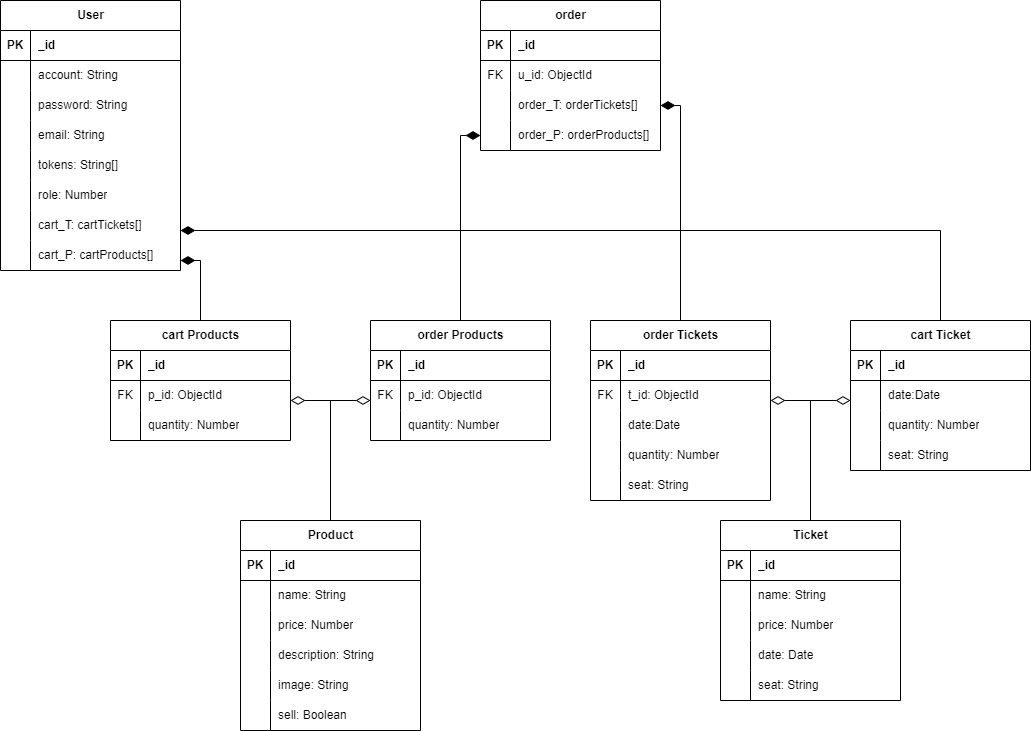
This is 形象網站專題/database.drawio.png from Inori0107/Muller-, a draw.io export, as it was before one commit. Source tidied: cells renumbered, new cells last; positions are measured from the earlier drawing's top-left corner, leaving out a move shared by most shapes.
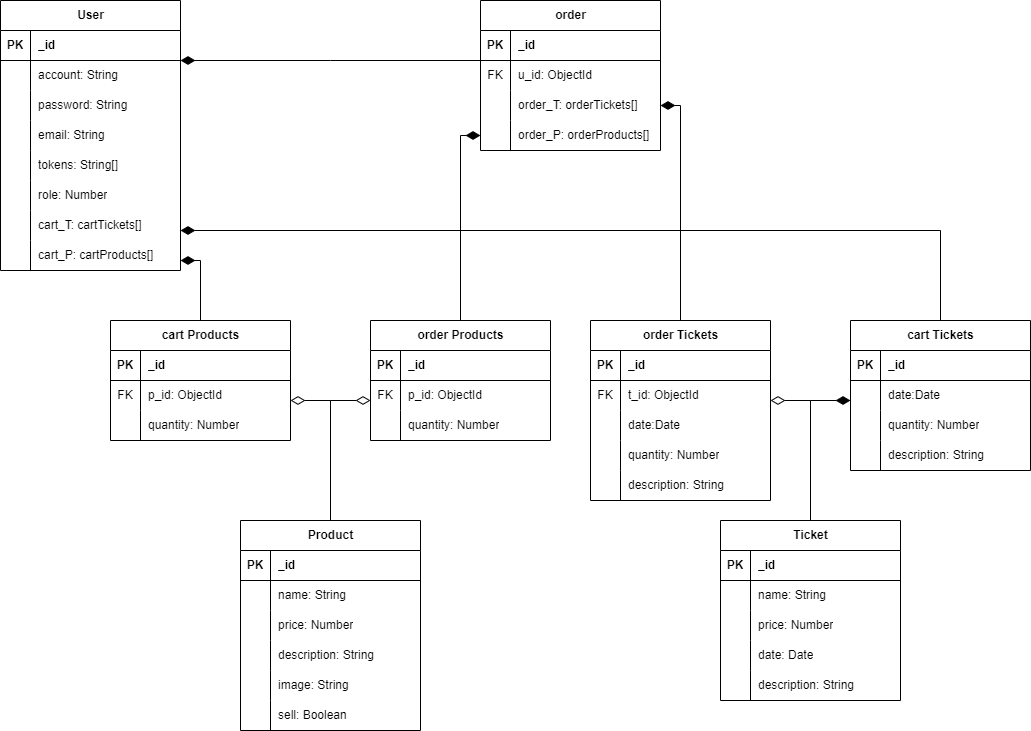
Later version of the same file.

What changed in the source:
```diff
@@ -303,10 +303,10 @@
     <mxCell id="97" style="shape=partialRectangle;fillColor=none;top=0;left=0;bottom=0;right=0;overflow=hidden;whiteSpace=wrap;html=1;" parent="96" vertex="1">
       <mxGeometry width="30" height="30" as="geometry" />
     </mxCell>
-    <mxCell id="98" value="seat: String" style="shape=partialRectangle;fillColor=none;top=0;left=0;bottom=0;right=0;align=left;spacingLeft=6;overflow=hidden;whiteSpace=wrap;html=1;" parent="96" vertex="1">
+    <mxCell id="98" value="description: String" style="shape=partialRectangle;fillColor=none;top=0;left=0;bottom=0;right=0;align=left;spacingLeft=6;overflow=hidden;whiteSpace=wrap;html=1;" parent="96" vertex="1">
       <mxGeometry x="30" width="150" height="30" as="geometry" />
     </mxCell>
-    <mxCell id="99" value="cart Ticket" style="shape=table;startSize=30;rowLines=0;fontStyle=1;align=center;html=1;" parent="1" vertex="1">
+    <mxCell id="99" value="cart Tickets" style="shape=table;startSize=30;rowLines=0;fontStyle=1;align=center;html=1;" parent="1" vertex="1">
       <mxGeometry x="850" y="320" width="180" height="150" as="geometry" />
     </mxCell>
     <mxCell id="100" style="shape=tableRow;horizontal=0;startSize=0;swimlaneHead=0;swimlaneBody=0;fillColor=none;top=0;left=0;right=0;bottom=1;" parent="99" vertex="1">
@@ -342,7 +342,7 @@
     <mxCell id="110" style="shape=partialRectangle;fillColor=none;top=0;left=0;bottom=0;right=0;overflow=hidden;whiteSpace=wrap;html=1;" parent="109" vertex="1">
       <mxGeometry width="30" height="30" as="geometry" />
     </mxCell>
-    <mxCell id="111" value="seat: String" style="shape=partialRectangle;fillColor=none;top=0;left=0;bottom=0;right=0;align=left;spacingLeft=6;overflow=hidden;whiteSpace=wrap;html=1;" parent="109" vertex="1">
+    <mxCell id="111" value="description: String" style="shape=partialRectangle;fillColor=none;top=0;left=0;bottom=0;right=0;align=left;spacingLeft=6;overflow=hidden;whiteSpace=wrap;html=1;" parent="109" vertex="1">
       <mxGeometry x="30" width="150" height="30" as="geometry" />
     </mxCell>
     <mxCell id="112" style="edgeStyle=orthogonalEdgeStyle;rounded=0;jettySize=auto;html=1;entryX=0.5;entryY=0;entryDx=0;entryDy=0;endArrow=none;endFill=0;startArrow=diamondThin;startFill=1;startSize=12;" parent="1" edge="1" target="99">
@@ -393,7 +393,7 @@
     <mxCell id="127" style="shape=partialRectangle;fillColor=none;top=0;left=0;bottom=0;right=0;overflow=hidden;whiteSpace=wrap;html=1;" parent="126" vertex="1">
       <mxGeometry width="30" height="30" as="geometry" />
     </mxCell>
-    <mxCell id="128" value="seat: String" style="shape=partialRectangle;fillColor=none;top=0;left=0;bottom=0;right=0;align=left;spacingLeft=6;overflow=hidden;whiteSpace=wrap;html=1;" parent="126" vertex="1">
+    <mxCell id="128" value="description: String" style="shape=partialRectangle;fillColor=none;top=0;left=0;bottom=0;right=0;align=left;spacingLeft=6;overflow=hidden;whiteSpace=wrap;html=1;" parent="126" vertex="1">
       <mxGeometry x="30" width="150" height="30" as="geometry" />
     </mxCell>
     <mxCell id="129" style="edgeStyle=orthogonalEdgeStyle;rounded=0;jettySize=auto;html=1;endArrow=none;endFill=0;startArrow=diamondThin;startFill=1;startSize=12;" parent="1" edge="1" target="27">
@@ -410,7 +410,7 @@
         </Array>
       </mxGeometry>
     </mxCell>
-    <mxCell id="131" style="edgeStyle=orthogonalEdgeStyle;rounded=0;jettySize=auto;html=1;endArrow=none;endFill=0;startArrow=diamondThin;startFill=0;startSize=12;" parent="1" edge="1" source="103" target="83">
+    <mxCell id="131" style="edgeStyle=orthogonalEdgeStyle;rounded=0;jettySize=auto;html=1;endArrow=none;endFill=0;startArrow=diamondThin;startFill=1;startSize=12;" parent="1" edge="1" source="103" target="83">
       <mxGeometry relative="1" as="geometry">
         <Array as="points">
           <mxPoint x="810" y="400" />
@@ -452,5 +452,13 @@
         </Array>
       </mxGeometry>
     </mxCell>
+    <mxCell id="137" style="edgeStyle=orthogonalEdgeStyle;rounded=0;jettySize=auto;html=1;startArrow=diamondThin;startFill=1;endArrow=none;endFill=0;startSize=12;" parent="1" edge="1" source="3" target="67">
+      <mxGeometry relative="1" as="geometry">
+        <Array as="points">
+          <mxPoint x="330" y="60" />
+          <mxPoint x="330" y="60" />
+        </Array>
+      </mxGeometry>
+    </mxCell>
   </root>
 </mxGraphModel>
```
